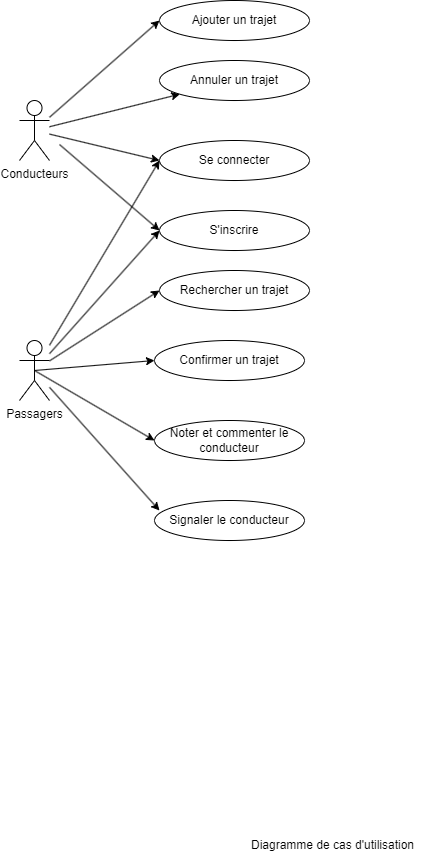
This is assets/diagramme_de_cas_d_utilisation.png from Jude200/tp_genie_logiciel, a draw.io export, as it was before one commit. Source tidied: cells renumbered, new cells last; positions are measured from the earlier drawing's top-left corner, leaving out a move shared by most shapes.
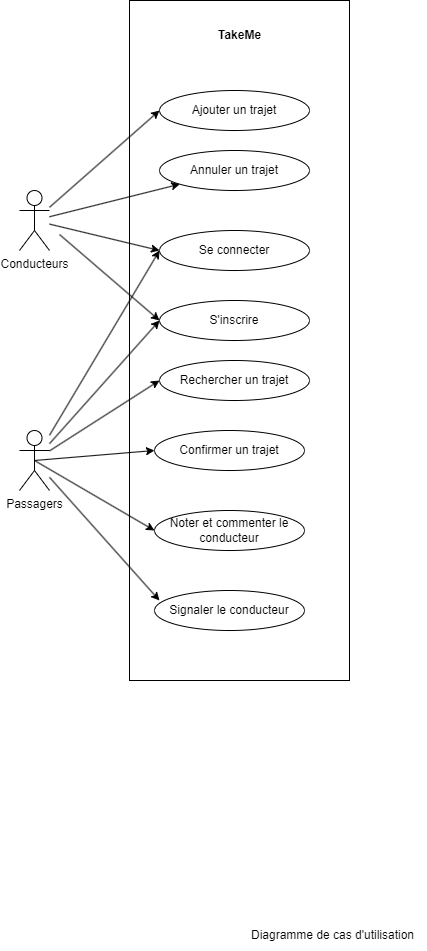
After the commit.

Change to the diagram source:
```diff
@@ -67,5 +67,11 @@
     <mxCell id="22" style="endArrow=classic;html=1;rounded=0;fontFamily=Helvetica;fontSize=12;fontColor=default;entryX=0.033;entryY=0.25;entryDx=0;entryDy=0;entryPerimeter=0;" parent="1" edge="1" source="2" target="9">
       <mxGeometry relative="1" as="geometry" />
     </mxCell>
+    <mxCell id="23" style="rounded=0;whiteSpace=wrap;html=1;fillColor=none;" parent="1" vertex="1">
+      <mxGeometry x="110" y="-90" width="220" height="680" as="geometry" />
+    </mxCell>
+    <mxCell id="24" value="&lt;b&gt;TakeMe&lt;/b&gt;" style="text;html=1;align=center;verticalAlign=middle;strokeColor=none;fillColor=none;" parent="1" vertex="1">
+      <mxGeometry x="185" y="-70" width="70" height="30" as="geometry" />
+    </mxCell>
   </root>
 </mxGraphModel>
```
